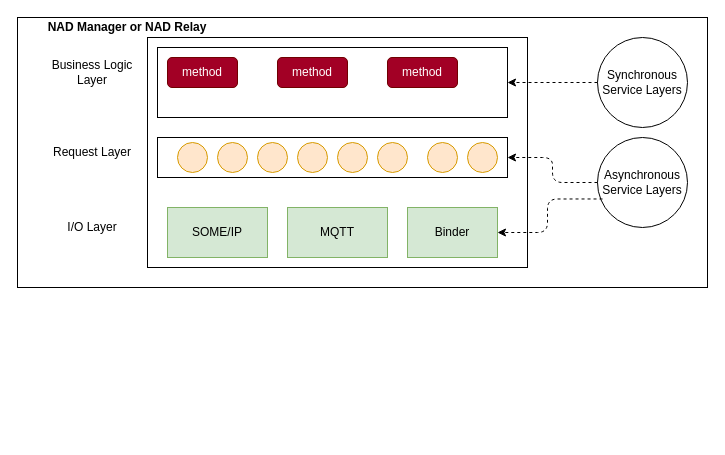
Before: page "half_sync_nadmgr" (7 of 18) of doc/SA cert/Design/scalability.drawio in taikt/codefun, a draw.io diagram. Source tidied: cells renumbered, new cells numbered last; positions are measured from the earlier drawing's top-left corner, leaving out a move shared by most shapes. Both pictures are drawn from the tidied source at 100%, with x=0, y=0 at pixel (17, 17).
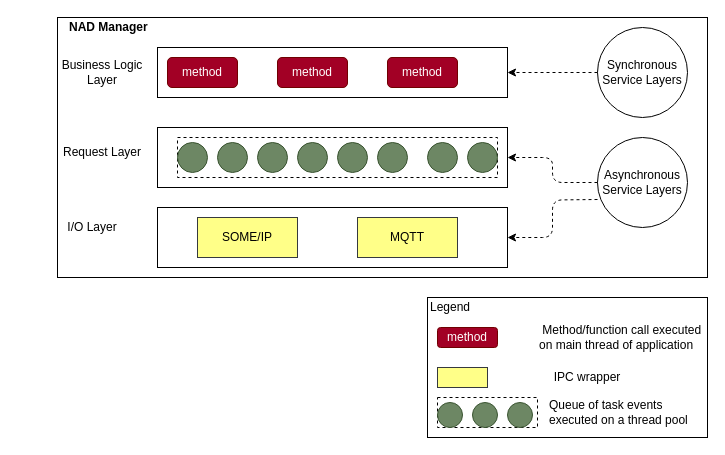
The same diagram, later.

The change refers to these unchanged cells:
```xml
<mxCell id="24" value="Asynchronous Service Layers" style="ellipse;whiteSpace=wrap;html=1;fillColor=none;gradientColor=#ffffff;" parent="1" vertex="1">
  <mxGeometry x="580" y="120" width="90" height="90" as="geometry" />
</mxCell>
```

Diff of the diagram source:
```diff
@@
     <mxCell id="2" style="rounded=0;whiteSpace=wrap;html=1;" parent="1" vertex="1">
-      <mxGeometry width="690" height="270" as="geometry" />
+      <mxGeometry x="40" width="650" height="260" as="geometry" />
     </mxCell>
@@
-    <mxCell id="6" style="rounded=0;whiteSpace=wrap;html=1;" parent="1" vertex="1">
-      <mxGeometry x="140" y="120" width="350" height="40" as="geometry" />
+    <mxCell id="6" style="rounded=0;whiteSpace=wrap;html=1;dashed=1;" parent="1" vertex="1">
+      <mxGeometry x="160" y="120" width="320" height="40" as="geometry" />
     </mxCell>
-    <mxCell id="7" style="ellipse;whiteSpace=wrap;html=1;fillColor=#ffe6cc;strokeColor=#d79b00;" parent="1" vertex="1">
+    <mxCell id="7" style="ellipse;whiteSpace=wrap;html=1;fillColor=#6d8764;strokeColor=#3A5431;fontColor=#ffffff;" parent="1" vertex="1">
       <mxGeometry x="160" y="125" width="30" height="30" as="geometry" />
     </mxCell>
-    <mxCell id="8" style="ellipse;whiteSpace=wrap;html=1;fillColor=#ffe6cc;strokeColor=#d79b00;" parent="1" vertex="1">
+    <mxCell id="8" style="ellipse;whiteSpace=wrap;html=1;fillColor=#6d8764;strokeColor=#3A5431;fontColor=#ffffff;" parent="1" vertex="1">
       <mxGeometry x="200" y="125" width="30" height="30" as="geometry" />
     </mxCell>
-    <mxCell id="9" style="ellipse;whiteSpace=wrap;html=1;fillColor=#ffe6cc;strokeColor=#d79b00;" parent="1" vertex="1">
+    <mxCell id="9" style="ellipse;whiteSpace=wrap;html=1;fillColor=#6d8764;strokeColor=#3A5431;fontColor=#ffffff;" parent="1" vertex="1">
       <mxGeometry x="240" y="125" width="30" height="30" as="geometry" />
     </mxCell>
-    <mxCell id="10" style="ellipse;whiteSpace=wrap;html=1;fillColor=#ffe6cc;strokeColor=#d79b00;" parent="1" vertex="1">
+    <mxCell id="10" style="ellipse;whiteSpace=wrap;html=1;fillColor=#6d8764;strokeColor=#3A5431;fontColor=#ffffff;" parent="1" vertex="1">
       <mxGeometry x="280" y="125" width="30" height="30" as="geometry" />
     </mxCell>
-    <mxCell id="11" style="ellipse;whiteSpace=wrap;html=1;fillColor=#ffe6cc;strokeColor=#d79b00;" parent="1" vertex="1">
+    <mxCell id="11" style="ellipse;whiteSpace=wrap;html=1;fillColor=#6d8764;strokeColor=#3A5431;fontColor=#ffffff;" parent="1" vertex="1">
       <mxGeometry x="320" y="125" width="30" height="30" as="geometry" />
     </mxCell>
-    <mxCell id="12" style="ellipse;whiteSpace=wrap;html=1;fillColor=#ffe6cc;strokeColor=#d79b00;" parent="1" vertex="1">
+    <mxCell id="12" style="ellipse;whiteSpace=wrap;html=1;fillColor=#6d8764;strokeColor=#3A5431;fontColor=#ffffff;" parent="1" vertex="1">
       <mxGeometry x="360" y="125" width="30" height="30" as="geometry" />
     </mxCell>
-    <mxCell id="13" style="ellipse;whiteSpace=wrap;html=1;fillColor=#ffe6cc;strokeColor=#d79b00;" parent="1" vertex="1">
+    <mxCell id="13" style="ellipse;whiteSpace=wrap;html=1;fillColor=#6d8764;strokeColor=#3A5431;fontColor=#ffffff;" parent="1" vertex="1">
       <mxGeometry x="410" y="125" width="30" height="30" as="geometry" />
     </mxCell>
-    <mxCell id="14" style="ellipse;whiteSpace=wrap;html=1;fillColor=#ffe6cc;strokeColor=#d79b00;" parent="1" vertex="1">
+    <mxCell id="14" style="ellipse;whiteSpace=wrap;html=1;fillColor=#6d8764;strokeColor=#3A5431;fontColor=#ffffff;" parent="1" vertex="1">
       <mxGeometry x="450" y="125" width="30" height="30" as="geometry" />
     </mxCell>
-    <mxCell id="15" value="SOME/IP" style="rounded=0;whiteSpace=wrap;html=1;fillColor=#d5e8d4;strokeColor=#82b366;" parent="1" vertex="1">
-      <mxGeometry x="150" y="190" width="100" height="50" as="geometry" />
+    <mxCell id="15" value="SOME/IP" style="rounded=0;whiteSpace=wrap;html=1;fillColor=#ffff88;strokeColor=#36393d;" parent="1" vertex="1">
+      <mxGeometry x="180" y="200" width="100" height="40" as="geometry" />
     </mxCell>
-    <mxCell id="16" value="Binder" style="rounded=0;whiteSpace=wrap;html=1;fillColor=#d5e8d4;strokeColor=#82b366;" parent="1" vertex="1">
-      <mxGeometry x="390" y="190" width="90" height="50" as="geometry" />
-    </mxCell>
     <mxCell id="17" value="Business Logic Layer" style="text;html=1;strokeColor=none;fillColor=none;align=center;verticalAlign=middle;whiteSpace=wrap;rounded=0;" parent="1" vertex="1">
-      <mxGeometry x="20" y="45" width="110" height="20" as="geometry" />
+      <mxGeometry x="30" y="45" width="110" height="20" as="geometry" />
     </mxCell>
     <mxCell id="18" value="Request Layer" style="text;html=1;strokeColor=none;fillColor=none;align=center;verticalAlign=middle;whiteSpace=wrap;rounded=0;" parent="1" vertex="1">
-      <mxGeometry x="20" y="125" width="110" height="20" as="geometry" />
+      <mxGeometry x="30" y="125" width="110" height="20" as="geometry" />
     </mxCell>
@@
     <mxCell id="20" style="rounded=0;whiteSpace=wrap;html=1;fillColor=none;gradientColor=#ffffff;" parent="1" vertex="1">
-      <mxGeometry x="140" y="30" width="350" height="70" as="geometry" />
+      <mxGeometry x="140" y="30" width="350" height="50" as="geometry" />
     </mxCell>
@@
     <mxCell id="22" value="Synchronous Service Layers" style="ellipse;whiteSpace=wrap;html=1;fillColor=none;gradientColor=#ffffff;" parent="1" vertex="1">
-      <mxGeometry x="580" y="20" width="90" height="90" as="geometry" />
+      <mxGeometry x="580" y="10" width="90" height="90" as="geometry" />
     </mxCell>
-    <mxCell id="23" style="edgeStyle=orthogonalEdgeStyle;rounded=1;jettySize=auto;html=1;exitX=0;exitY=0.5;exitDx=0;exitDy=0;entryX=1;entryY=0.5;entryDx=0;entryDy=0;dashed=1;" parent="1" edge="1" source="24" target="6">
+    <mxCell id="23" style="edgeStyle=orthogonalEdgeStyle;rounded=1;jettySize=auto;html=1;exitX=0;exitY=0.5;exitDx=0;exitDy=0;entryX=1;entryY=0.5;entryDx=0;entryDy=0;dashed=1;" parent="1" edge="1" source="24" target="38">
       <mxGeometry relative="1" as="geometry" />
     </mxCell>
@@
-    <mxCell id="25" style="edgeStyle=orthogonalEdgeStyle;rounded=1;jettySize=auto;html=1;exitX=0.056;exitY=0.683;exitDx=0;exitDy=0;dashed=1;entryX=1;entryY=0.5;entryDx=0;entryDy=0;exitPerimeter=0;" parent="1" edge="1" source="24" target="16">
-      <mxGeometry relative="1" as="geometry" />
+    <mxCell id="25" style="edgeStyle=orthogonalEdgeStyle;rounded=1;jettySize=auto;html=1;dashed=1;entryX=1;entryY=0.5;entryDx=0;entryDy=0;" parent="1" edge="1" target="26">
+      <mxGeometry relative="1" as="geometry">
+        <mxPoint x="580" y="182" as="sourcePoint" />
+      </mxGeometry>
     </mxCell>
     <mxCell id="26" style="rounded=0;whiteSpace=wrap;html=1;gradientColor=#ffffff;fillColor=none;" parent="1" vertex="1">
-      <mxGeometry x="130" y="20" width="380" height="230" as="geometry" />
+      <mxGeometry x="140" y="190" width="350" height="60" as="geometry" />
     </mxCell>
-    <mxCell id="27" value="&lt;b&gt;NAD Manager or NAD Relay&lt;/b&gt;" style="text;html=1;strokeColor=none;fillColor=none;align=center;verticalAlign=middle;whiteSpace=wrap;rounded=0;" parent="1" vertex="1">
-      <mxGeometry x="10" width="200" height="20" as="geometry" />
+    <mxCell id="27" value="&lt;b&gt;NAD Manager&amp;nbsp;&lt;/b&gt;" style="text;html=1;strokeColor=none;fillColor=none;align=left;verticalAlign=middle;whiteSpace=wrap;rounded=0;" parent="1" vertex="1">
+      <mxGeometry x="50" width="200" height="20" as="geometry" />
     </mxCell>
-    <mxCell id="28" value="MQTT" style="rounded=0;whiteSpace=wrap;html=1;fillColor=#d5e8d4;strokeColor=#82b366;" parent="1" vertex="1">
-      <mxGeometry x="270" y="190" width="100" height="50" as="geometry" />
+    <mxCell id="28" value="MQTT" style="rounded=0;whiteSpace=wrap;html=1;fillColor=#ffff88;strokeColor=#36393d;" parent="1" vertex="1">
+      <mxGeometry x="340" y="200" width="100" height="40" as="geometry" />
     </mxCell>
+    <mxCell id="29" style="rounded=0;whiteSpace=wrap;html=1;" parent="1" vertex="1">
+      <mxGeometry x="410" y="280" width="280" height="140" as="geometry" />
+    </mxCell>
+    <mxCell id="30" value="Legend" style="text;html=1;strokeColor=none;fillColor=none;align=center;verticalAlign=middle;whiteSpace=wrap;rounded=0;" parent="1" vertex="1">
+      <mxGeometry x="412.5" y="280" width="40" height="20" as="geometry" />
+    </mxCell>
+    <mxCell id="31" style="rounded=0;whiteSpace=wrap;html=1;fillColor=#ffff88;strokeColor=#36393d;" parent="1" vertex="1">
+      <mxGeometry x="420" y="350" width="50" height="20" as="geometry" />
+    </mxCell>
+    <mxCell id="32" value="IPC wrapper" style="text;html=1;strokeColor=none;fillColor=none;align=center;verticalAlign=middle;whiteSpace=wrap;rounded=0;" parent="1" vertex="1">
+      <mxGeometry x="530" y="350" width="80" height="20" as="geometry" />
+    </mxCell>
+    <mxCell id="33" style="rounded=0;whiteSpace=wrap;html=1;dashed=1;" parent="1" vertex="1">
+      <mxGeometry x="420" y="380" width="100" height="30" as="geometry" />
+    </mxCell>
+    <mxCell id="34" style="ellipse;whiteSpace=wrap;html=1;fillColor=#6d8764;strokeColor=#3A5431;fontColor=#ffffff;" parent="1" vertex="1">
+      <mxGeometry x="420" y="385" width="25" height="25" as="geometry" />
+    </mxCell>
+    <mxCell id="35" style="ellipse;whiteSpace=wrap;html=1;fillColor=#6d8764;strokeColor=#3A5431;fontColor=#ffffff;" parent="1" vertex="1">
+      <mxGeometry x="455" y="385" width="25" height="25" as="geometry" />
+    </mxCell>
+    <mxCell id="36" style="ellipse;whiteSpace=wrap;html=1;fillColor=#6d8764;strokeColor=#3A5431;fontColor=#ffffff;" parent="1" vertex="1">
+      <mxGeometry x="490" y="385" width="25" height="25" as="geometry" />
+    </mxCell>
+    <mxCell id="37" value="Queue of task events executed on a thread pool" style="text;html=1;strokeColor=none;fillColor=none;align=left;verticalAlign=middle;whiteSpace=wrap;rounded=0;" parent="1" vertex="1">
+      <mxGeometry x="530" y="385" width="150" height="20" as="geometry" />
+    </mxCell>
+    <mxCell id="38" style="rounded=0;whiteSpace=wrap;html=1;fillColor=none;" parent="1" vertex="1">
+      <mxGeometry x="140" y="110" width="350" height="60" as="geometry" />
+    </mxCell>
+    <mxCell id="39" value="method" style="rounded=1;whiteSpace=wrap;html=1;fillColor=#a20025;strokeColor=#6F0000;fontColor=#ffffff;" parent="1" vertex="1">
+      <mxGeometry x="420" y="310" width="60" height="20" as="geometry" />
+    </mxCell>
+    <mxCell id="40" value="&lt;div&gt;&lt;span&gt;&amp;nbsp;Method/function call executed on main thread of application&lt;/span&gt;&lt;/div&gt;" style="text;html=1;strokeColor=none;fillColor=none;align=left;verticalAlign=middle;whiteSpace=wrap;rounded=0;" parent="1" vertex="1">
+      <mxGeometry x="520" y="310" width="170" height="20" as="geometry" />
+    </mxCell>
```
